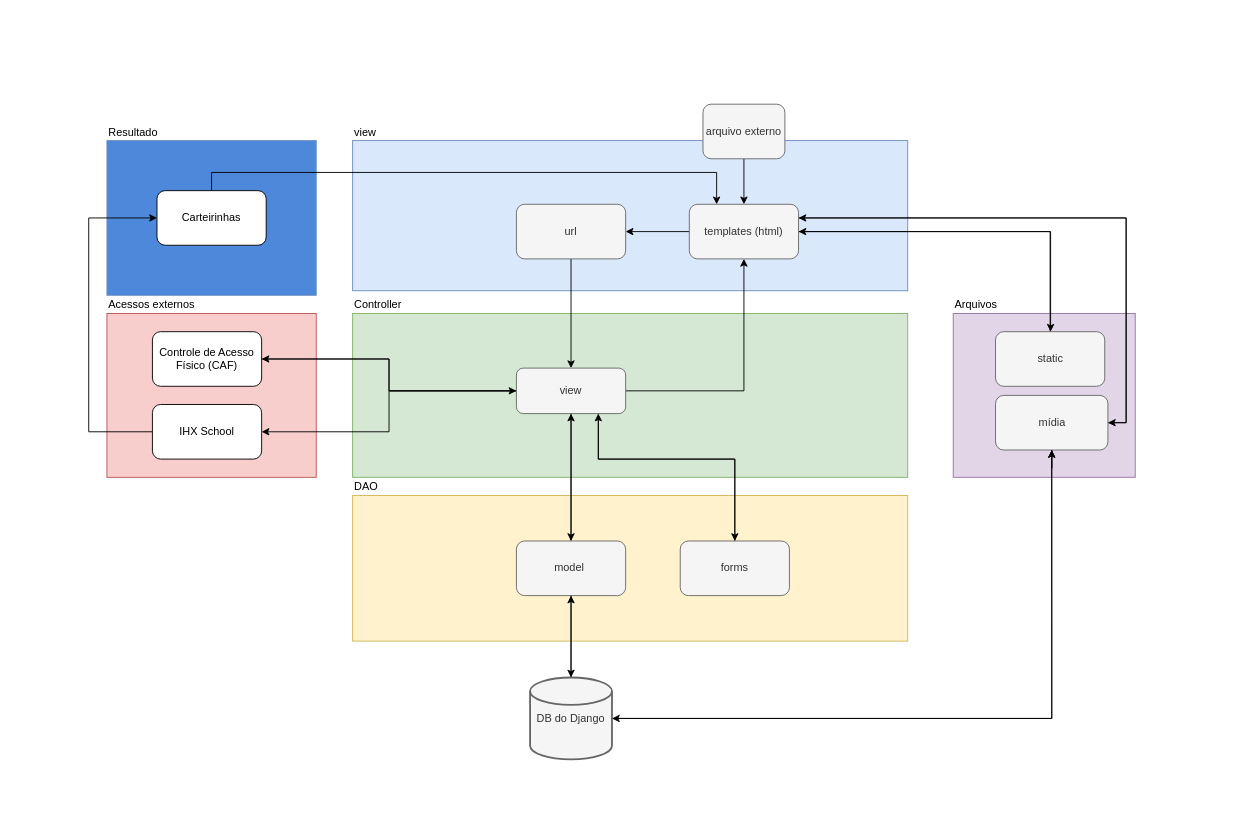
Arthurzinho02/Adivinhacoes_java keeps this draw.io diagram as Arquitetura.drawio. Above is the earlier version. Source tidied: cells renumbered, new cells numbered last; positions are measured from the earlier drawing's top-left corner, leaving out a move shared by most shapes. Both pictures are drawn from the tidied source at 91%, with x=0, y=0 at pixel (88, 104).
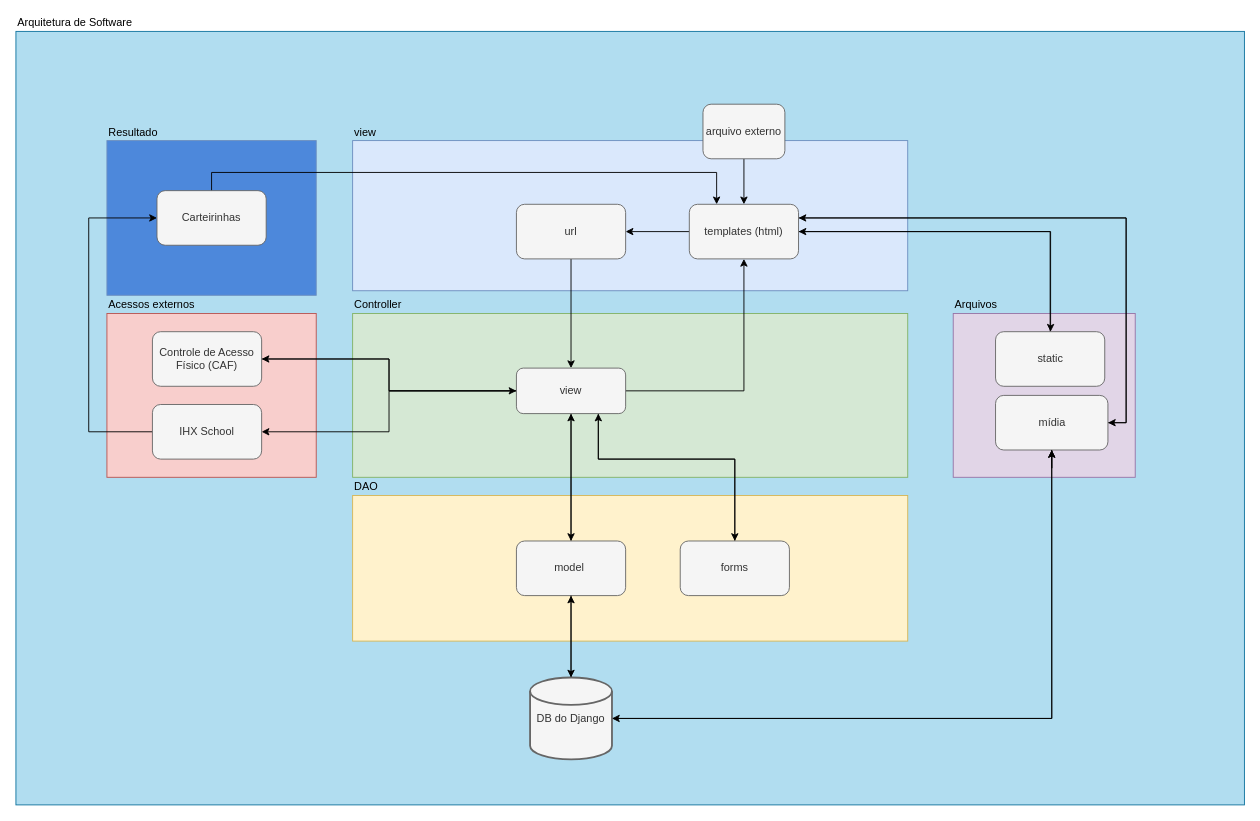
Above is the later version.

The edit, as a diff of the source:
```diff
@@
+    <mxCell id="42" value="Arquitetura de Software" style="rounded=0;whiteSpace=wrap;html=1;fillColor=#b1ddf0;strokeColor=#10739e;labelPosition=center;verticalLabelPosition=top;align=left;verticalAlign=bottom;" parent="1" vertex="1">
+      <mxGeometry x="-80" y="-80" width="1350" height="850" as="geometry" />
+    </mxCell>
@@
-    <mxCell id="37" value="&lt;span class=&quot;notion-enable-hover&quot; style=&quot;&quot;&gt;Controle de Acesso Físico (CAF)&lt;/span&gt;" style="rounded=1;whiteSpace=wrap;html=1;" parent="1" vertex="1">
+    <mxCell id="37" value="&lt;span class=&quot;notion-enable-hover&quot; style=&quot;&quot;&gt;Controle de Acesso Físico (CAF)&lt;/span&gt;" style="rounded=1;whiteSpace=wrap;html=1;fillColor=#f5f5f5;fontColor=#333333;strokeColor=#666666;" parent="1" vertex="1">
       <mxGeometry x="70" y="250" width="120" height="60" as="geometry" />
     </mxCell>
@@
-    <mxCell id="39" value="&lt;br&gt;&lt;span class=&quot;notion-enable-hover&quot; style=&quot;&quot;&gt;IHX School&lt;/span&gt;&lt;div&gt;&lt;br/&gt;&lt;/div&gt;" style="rounded=1;whiteSpace=wrap;html=1;" parent="1" vertex="1">
+    <mxCell id="39" value="&lt;br&gt;&lt;span class=&quot;notion-enable-hover&quot; style=&quot;&quot;&gt;IHX School&lt;/span&gt;&lt;div&gt;&lt;br/&gt;&lt;/div&gt;" style="rounded=1;whiteSpace=wrap;html=1;fillColor=#f5f5f5;fontColor=#333333;strokeColor=#666666;" parent="1" vertex="1">
       <mxGeometry x="70" y="330" width="120" height="60" as="geometry" />
     </mxCell>
@@
-    <mxCell id="41" value="Carteirinhas" style="rounded=1;whiteSpace=wrap;html=1;" parent="1" vertex="1">
+    <mxCell id="41" value="Carteirinhas" style="rounded=1;whiteSpace=wrap;html=1;fillColor=#f5f5f5;fontColor=#333333;strokeColor=#666666;" parent="1" vertex="1">
       <mxGeometry x="75" y="95" width="120" height="60" as="geometry" />
     </mxCell>
```
